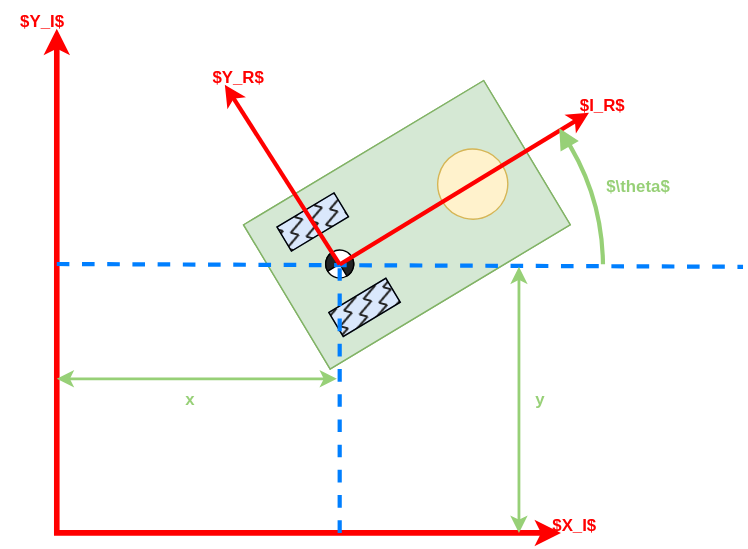
This is Figures/figPositionalRepresentation.drawio.svg from orjano-max/ORJANOS_MASTER_REPO, a draw.io export, as it was before one commit. Source tidied: cells renumbered, new cells last; positions are measured from the earlier drawing's top-left corner, leaving out a move shared by most shapes.
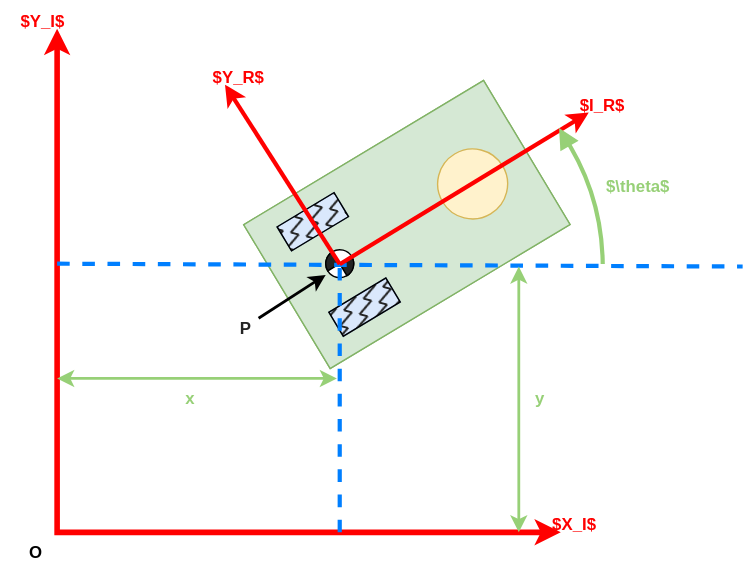
The same file after the commit.

The edit, as a diff of the source:
```diff
@@ -105,5 +105,17 @@
         <mxPoint x="370" y="380" as="targetPoint" />
       </mxGeometry>
     </mxCell>
+    <mxCell id="29" value="&lt;b&gt;P&lt;/b&gt;" style="text;html=1;strokeColor=none;fillColor=none;align=center;verticalAlign=middle;whiteSpace=wrap;rounded=0;fontColor=#242424;" parent="1" vertex="1">
+      <mxGeometry x="160" y="220" width="30" height="30" as="geometry" />
+    </mxCell>
+    <mxCell id="30" value="&lt;b&gt;O&lt;/b&gt;" style="text;html=1;strokeColor=none;fillColor=none;align=center;verticalAlign=middle;whiteSpace=wrap;rounded=0;" parent="1" vertex="1">
+      <mxGeometry x="10" y="380" width="30" height="30" as="geometry" />
+    </mxCell>
+    <mxCell id="31" style="endArrow=classic;html=1;rounded=0;strokeWidth=2;" parent="1" edge="1">
+      <mxGeometry relative="1" as="geometry">
+        <mxPoint x="184" y="227" as="sourcePoint" />
+        <mxPoint x="232" y="196" as="targetPoint" />
+      </mxGeometry>
+    </mxCell>
   </root>
 </mxGraphModel>
```
